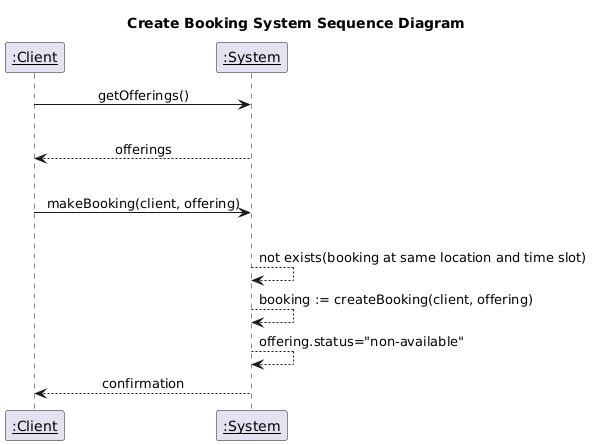
Before: deliverables/assets/create_booking_system_sequence_diagram.png, a diagram exported from PlantUML (PrinceOfNothingg/Lesson-Booking-Management-System).
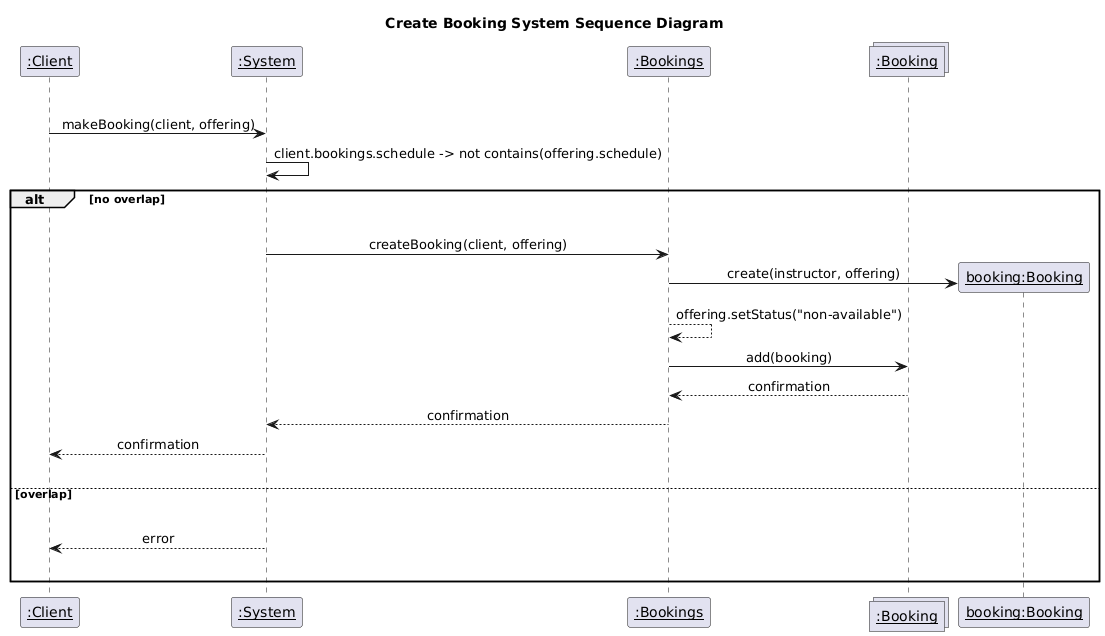
After the change.

What changed in the source:
```diff
@@ -2,18 +2,31 @@
 participant "__:Client__" as actor
 participant "__:System__" as system
 
+participant "__:Bookings__" as bookings
+collections "__:Booking__" as bookingCollection
+participant "__booking:Booking__" as booking
+
 title Create Booking System Sequence Diagram
 skinparam sequenceMessageAlign center
 
-actor -> system : getOfferings()
-|||
-system --> actor : offerings
 |||
 actor -> system : makeBooking(client, offering)
+system -> system : client.bookings.schedule -> not contains(offering.schedule)
+
+alt no overlap
 |||
-system --> system : not exists(booking at same location and time slot)
+system -> bookings : createBooking(client, offering)
+bookings -> booking** : create(instructor, offering)
+bookings --> bookings : offering.setStatus("non-available")
+bookings -> bookingCollection : add(booking)
 
-system --> system : booking := createBooking(client, offering)
-system --> system : offering.status="non-available"
+bookingCollection --> bookings : confirmation
+bookings --> system : confirmation
 system --> actor : confirmation
+|||
+else overlap
+|||
+system --> actor : error
+|||
+end
 @enduml
```
